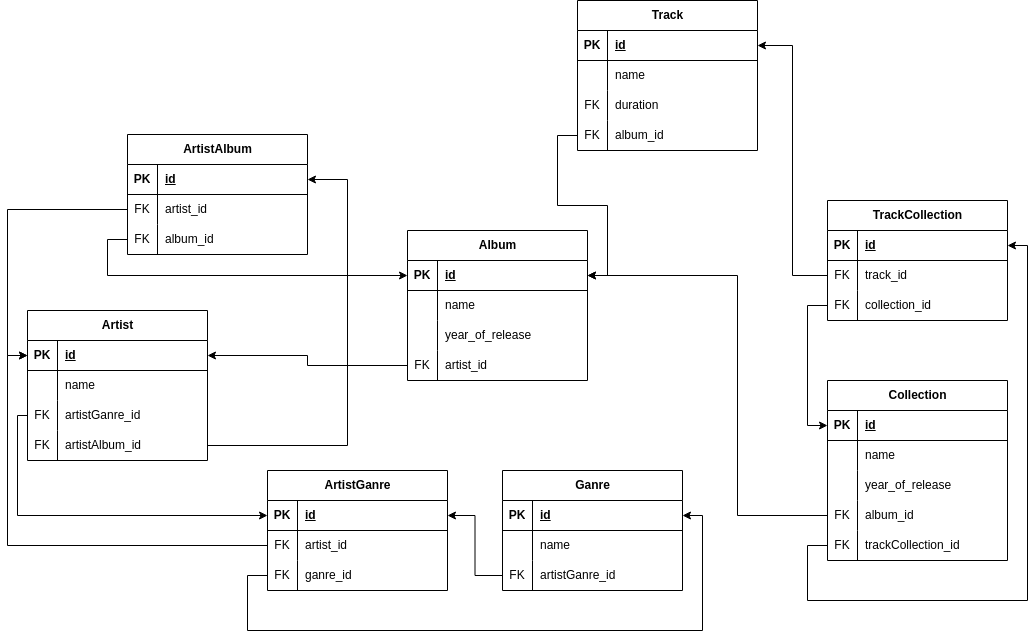
Before: sql.png, a diagram exported from draw.io (almazov6/homework_sql). Source tidied: cells renumbered, new cells last; positions are measured from the earlier drawing's top-left corner, leaving out a move shared by most shapes.
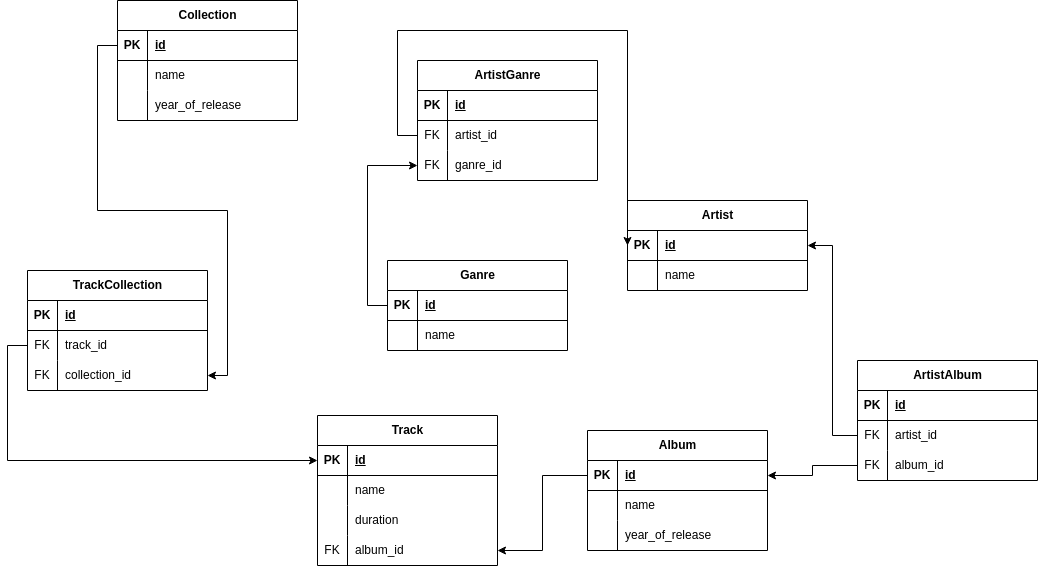
Later version of the same file.

Diff of the diagram source:
```diff
@@ -1,9 +1,9 @@
-<mxGraphModel background="#FFFFFF">
+<mxGraphModel background="#ffffff">
   <root>
     <mxCell id="0" />
     <mxCell id="1" parent="0" />
     <mxCell id="2" value="Artist" style="shape=table;startSize=30;rowLines=0;fontStyle=1;align=center;html=1;" parent="1" vertex="1">
-      <mxGeometry x="10" y="310" width="180" height="150" as="geometry" />
+      <mxGeometry x="650" y="70" width="180" height="90" as="geometry" />
     </mxCell>
     <mxCell id="3" style="shape=tableRow;horizontal=0;startSize=0;swimlaneHead=0;swimlaneBody=0;fillColor=none;points=[[0,0.5],[1,0.5]];portConstraint=eastwest;top=0;left=0;right=0;bottom=1;" parent="2" vertex="1">
       <mxGeometry y="30" width="180" height="30" as="geometry" />
@@ -23,26 +23,8 @@
     <mxCell id="8" value="name" style="shape=partialRectangle;fillColor=none;top=0;left=0;bottom=0;right=0;align=left;spacingLeft=6;overflow=hidden;whiteSpace=wrap;html=1;" parent="6" vertex="1">
       <mxGeometry x="30" width="150" height="30" as="geometry" />
     </mxCell>
-    <mxCell id="9" style="shape=tableRow;horizontal=0;startSize=0;swimlaneHead=0;swimlaneBody=0;fillColor=none;points=[[0,0.5],[1,0.5]];portConstraint=eastwest;top=0;left=0;right=0;bottom=0;" parent="2" vertex="1">
-      <mxGeometry y="90" width="180" height="30" as="geometry" />
-    </mxCell>
-    <mxCell id="10" value="FK" style="shape=partialRectangle;fillColor=none;top=0;left=0;bottom=0;right=0;overflow=hidden;whiteSpace=wrap;html=1;" parent="9" vertex="1">
-      <mxGeometry width="30" height="30" as="geometry" />
-    </mxCell>
-    <mxCell id="11" value="artistGanre_id" style="shape=partialRectangle;fillColor=none;top=0;left=0;bottom=0;right=0;align=left;spacingLeft=6;overflow=hidden;whiteSpace=wrap;html=1;" parent="9" vertex="1">
-      <mxGeometry x="30" width="150" height="30" as="geometry" />
-    </mxCell>
-    <mxCell id="12" style="shape=tableRow;horizontal=0;startSize=0;swimlaneHead=0;swimlaneBody=0;fillColor=none;points=[[0,0.5],[1,0.5]];portConstraint=eastwest;top=0;left=0;right=0;bottom=0;" parent="2" vertex="1">
-      <mxGeometry y="120" width="180" height="30" as="geometry" />
-    </mxCell>
-    <mxCell id="13" value="FK" style="shape=partialRectangle;fillColor=none;top=0;left=0;bottom=0;right=0;overflow=hidden;whiteSpace=wrap;html=1;" parent="12" vertex="1">
-      <mxGeometry width="30" height="30" as="geometry" />
-    </mxCell>
-    <mxCell id="14" value="artistAlbum_id" style="shape=partialRectangle;fillColor=none;top=0;left=0;bottom=0;right=0;align=left;spacingLeft=6;overflow=hidden;whiteSpace=wrap;html=1;" parent="12" vertex="1">
-      <mxGeometry x="30" width="150" height="30" as="geometry" />
-    </mxCell>
     <mxCell id="15" value="Ganre" style="shape=table;startSize=30;rowLines=0;fontStyle=1;align=center;html=1;" parent="1" vertex="1">
-      <mxGeometry x="485" y="470" width="180" height="120" as="geometry" />
+      <mxGeometry x="410" y="130" width="180" height="90" as="geometry" />
     </mxCell>
     <mxCell id="16" style="shape=tableRow;horizontal=0;startSize=0;swimlaneHead=0;swimlaneBody=0;fillColor=none;points=[[0,0.5],[1,0.5]];portConstraint=eastwest;top=0;left=0;right=0;bottom=1;" parent="15" vertex="1">
       <mxGeometry y="30" width="180" height="30" as="geometry" />
@@ -62,17 +44,8 @@
     <mxCell id="21" value="name" style="shape=partialRectangle;fillColor=none;top=0;left=0;bottom=0;right=0;align=left;spacingLeft=6;overflow=hidden;whiteSpace=wrap;html=1;" parent="19" vertex="1">
       <mxGeometry x="30" width="150" height="30" as="geometry" />
     </mxCell>
-    <mxCell id="22" style="shape=tableRow;horizontal=0;startSize=0;swimlaneHead=0;swimlaneBody=0;fillColor=none;points=[[0,0.5],[1,0.5]];portConstraint=eastwest;top=0;left=0;right=0;bottom=0;" parent="15" vertex="1">
-      <mxGeometry y="90" width="180" height="30" as="geometry" />
-    </mxCell>
-    <mxCell id="23" value="FK" style="shape=partialRectangle;fillColor=none;top=0;left=0;bottom=0;right=0;overflow=hidden;whiteSpace=wrap;html=1;" parent="22" vertex="1">
-      <mxGeometry width="30" height="30" as="geometry" />
-    </mxCell>
-    <mxCell id="24" value="artistGanre_id" style="shape=partialRectangle;fillColor=none;top=0;left=0;bottom=0;right=0;align=left;spacingLeft=6;overflow=hidden;whiteSpace=wrap;html=1;" parent="22" vertex="1">
-      <mxGeometry x="30" width="150" height="30" as="geometry" />
-    </mxCell>
     <mxCell id="25" value="Album" style="shape=table;startSize=30;rowLines=0;fontStyle=1;align=center;html=1;" parent="1" vertex="1">
-      <mxGeometry x="390" y="230" width="180" height="150" as="geometry" />
+      <mxGeometry x="610" y="300" width="180" height="120" as="geometry" />
     </mxCell>
     <mxCell id="26" style="shape=tableRow;horizontal=0;startSize=0;swimlaneHead=0;swimlaneBody=0;fillColor=none;points=[[0,0.5],[1,0.5]];portConstraint=eastwest;top=0;left=0;right=0;bottom=1;" parent="25" vertex="1">
       <mxGeometry y="30" width="180" height="30" as="geometry" />
@@ -101,17 +74,8 @@
     <mxCell id="34" value="year_of_release" style="shape=partialRectangle;fillColor=none;top=0;left=0;bottom=0;right=0;align=left;spacingLeft=6;overflow=hidden;whiteSpace=wrap;html=1;" parent="32" vertex="1">
       <mxGeometry x="30" width="150" height="30" as="geometry" />
     </mxCell>
-    <mxCell id="35" style="shape=tableRow;horizontal=0;startSize=0;swimlaneHead=0;swimlaneBody=0;fillColor=none;points=[[0,0.5],[1,0.5]];portConstraint=eastwest;top=0;left=0;right=0;bottom=0;" parent="25" vertex="1">
-      <mxGeometry y="120" width="180" height="30" as="geometry" />
-    </mxCell>
-    <mxCell id="36" value="FK" style="shape=partialRectangle;fillColor=none;top=0;left=0;bottom=0;right=0;overflow=hidden;whiteSpace=wrap;html=1;" parent="35" vertex="1">
-      <mxGeometry width="30" height="30" as="geometry" />
-    </mxCell>
-    <mxCell id="37" value="artist_id" style="shape=partialRectangle;fillColor=none;top=0;left=0;bottom=0;right=0;align=left;spacingLeft=6;overflow=hidden;whiteSpace=wrap;html=1;" parent="35" vertex="1">
-      <mxGeometry x="30" width="150" height="30" as="geometry" />
-    </mxCell>
     <mxCell id="38" value="Collection" style="shape=table;startSize=30;rowLines=0;fontStyle=1;align=center;html=1;" parent="1" vertex="1">
-      <mxGeometry x="810" y="380" width="180" height="180" as="geometry" />
+      <mxGeometry x="140" y="-130" width="180" height="120" as="geometry" />
     </mxCell>
     <mxCell id="39" style="shape=tableRow;horizontal=0;startSize=0;swimlaneHead=0;swimlaneBody=0;fillColor=none;points=[[0,0.5],[1,0.5]];portConstraint=eastwest;top=0;left=0;right=0;bottom=1;" parent="38" vertex="1">
       <mxGeometry y="30" width="180" height="30" as="geometry" />
@@ -140,26 +104,8 @@
     <mxCell id="47" value="year_of_release" style="shape=partialRectangle;fillColor=none;top=0;left=0;bottom=0;right=0;align=left;spacingLeft=6;overflow=hidden;whiteSpace=wrap;html=1;" parent="45" vertex="1">
       <mxGeometry x="30" width="150" height="30" as="geometry" />
     </mxCell>
-    <mxCell id="48" style="shape=tableRow;horizontal=0;startSize=0;swimlaneHead=0;swimlaneBody=0;fillColor=none;points=[[0,0.5],[1,0.5]];portConstraint=eastwest;top=0;left=0;right=0;bottom=0;" parent="38" vertex="1">
-      <mxGeometry y="120" width="180" height="30" as="geometry" />
-    </mxCell>
-    <mxCell id="49" value="FK" style="shape=partialRectangle;fillColor=none;top=0;left=0;bottom=0;right=0;overflow=hidden;whiteSpace=wrap;html=1;" parent="48" vertex="1">
-      <mxGeometry width="30" height="30" as="geometry" />
-    </mxCell>
-    <mxCell id="50" value="album_id" style="shape=partialRectangle;fillColor=none;top=0;left=0;bottom=0;right=0;align=left;spacingLeft=6;overflow=hidden;whiteSpace=wrap;html=1;" parent="48" vertex="1">
-      <mxGeometry x="30" width="150" height="30" as="geometry" />
-    </mxCell>
-    <mxCell id="51" style="shape=tableRow;horizontal=0;startSize=0;swimlaneHead=0;swimlaneBody=0;fillColor=none;points=[[0,0.5],[1,0.5]];portConstraint=eastwest;top=0;left=0;right=0;bottom=0;" parent="38" vertex="1">
-      <mxGeometry y="150" width="180" height="30" as="geometry" />
-    </mxCell>
-    <mxCell id="52" value="FK" style="shape=partialRectangle;fillColor=none;top=0;left=0;bottom=0;right=0;overflow=hidden;whiteSpace=wrap;html=1;" parent="51" vertex="1">
-      <mxGeometry width="30" height="30" as="geometry" />
-    </mxCell>
-    <mxCell id="53" value="trackCollection_id" style="shape=partialRectangle;fillColor=none;top=0;left=0;bottom=0;right=0;align=left;spacingLeft=6;overflow=hidden;whiteSpace=wrap;html=1;" parent="51" vertex="1">
-      <mxGeometry x="30" width="150" height="30" as="geometry" />
-    </mxCell>
     <mxCell id="54" value="Track" style="shape=table;startSize=30;rowLines=0;fontStyle=1;align=center;html=1;" parent="1" vertex="1">
-      <mxGeometry x="560" width="180" height="150" as="geometry" />
+      <mxGeometry x="340" y="285" width="180" height="150" as="geometry" />
     </mxCell>
     <mxCell id="55" style="shape=tableRow;horizontal=0;startSize=0;swimlaneHead=0;swimlaneBody=0;fillColor=none;points=[[0,0.5],[1,0.5]];portConstraint=eastwest;top=0;left=0;right=0;bottom=1;" parent="54" vertex="1">
       <mxGeometry y="30" width="180" height="30" as="geometry" />
@@ -182,7 +128,7 @@
     <mxCell id="61" style="shape=tableRow;horizontal=0;startSize=0;swimlaneHead=0;swimlaneBody=0;fillColor=none;top=0;left=0;right=0;bottom=0;" parent="54" vertex="1">
       <mxGeometry y="90" width="180" height="30" as="geometry" />
     </mxCell>
-    <mxCell id="62" value="FK" style="shape=partialRectangle;fillColor=none;top=0;left=0;bottom=0;right=0;overflow=hidden;whiteSpace=wrap;html=1;" parent="61" vertex="1">
+    <mxCell id="62" style="shape=partialRectangle;fillColor=none;top=0;left=0;bottom=0;right=0;overflow=hidden;whiteSpace=wrap;html=1;" parent="61" vertex="1">
       <mxGeometry width="30" height="30" as="geometry" />
     </mxCell>
     <mxCell id="63" value="duration" style="shape=partialRectangle;fillColor=none;top=0;left=0;bottom=0;right=0;align=left;spacingLeft=6;overflow=hidden;whiteSpace=wrap;html=1;" parent="61" vertex="1">
@@ -198,7 +144,7 @@
       <mxGeometry x="30" width="150" height="30" as="geometry" />
     </mxCell>
     <mxCell id="67" value="ArtistGanre" style="shape=table;startSize=30;rowLines=0;fontStyle=1;align=center;html=1;" parent="1" vertex="1">
-      <mxGeometry x="250" y="470" width="180" height="120" as="geometry" />
+      <mxGeometry x="440" y="-70" width="180" height="120" as="geometry" />
     </mxCell>
     <mxCell id="68" style="shape=tableRow;horizontal=0;startSize=0;swimlaneHead=0;swimlaneBody=0;fillColor=none;points=[[0,0.5],[1,0.5]];portConstraint=eastwest;top=0;left=0;right=0;bottom=1;" parent="67" vertex="1">
       <mxGeometry y="30" width="180" height="30" as="geometry" />
@@ -228,7 +174,7 @@
       <mxGeometry x="30" width="150" height="30" as="geometry" />
     </mxCell>
     <mxCell id="77" value="ArtistAlbum" style="shape=table;startSize=30;rowLines=0;fontStyle=1;align=center;html=1;" parent="1" vertex="1">
-      <mxGeometry x="110" y="134" width="180" height="120" as="geometry" />
+      <mxGeometry x="880" y="230" width="180" height="120" as="geometry" />
     </mxCell>
     <mxCell id="78" style="shape=tableRow;horizontal=0;startSize=0;swimlaneHead=0;swimlaneBody=0;fillColor=none;points=[[0,0.5],[1,0.5]];portConstraint=eastwest;top=0;left=0;right=0;bottom=1;" parent="77" vertex="1">
       <mxGeometry y="30" width="180" height="30" as="geometry" />
@@ -258,7 +204,7 @@
       <mxGeometry x="30" width="150" height="30" as="geometry" />
     </mxCell>
     <mxCell id="87" value="TrackCollection" style="shape=table;startSize=30;rowLines=0;fontStyle=1;align=center;html=1;" parent="1" vertex="1">
-      <mxGeometry x="810" y="200" width="180" height="120" as="geometry" />
+      <mxGeometry x="50" y="140" width="180" height="120" as="geometry" />
     </mxCell>
     <mxCell id="88" style="shape=tableRow;horizontal=0;startSize=0;swimlaneHead=0;swimlaneBody=0;fillColor=none;points=[[0,0.5],[1,0.5]];portConstraint=eastwest;top=0;left=0;right=0;bottom=1;" parent="87" vertex="1">
       <mxGeometry y="30" width="180" height="30" as="geometry" />
@@ -287,73 +233,32 @@
     <mxCell id="96" value="collection_id" style="shape=partialRectangle;fillColor=none;top=0;left=0;bottom=0;right=0;align=left;spacingLeft=6;overflow=hidden;whiteSpace=wrap;html=1;" parent="94" vertex="1">
       <mxGeometry x="30" width="150" height="30" as="geometry" />
     </mxCell>
-    <mxCell id="97" style="edgeStyle=orthogonalEdgeStyle;rounded=0;jettySize=auto;html=1;exitX=0;exitY=0.5;exitDx=0;exitDy=0;" parent="1" edge="1" source="51" target="88">
-      <mxGeometry relative="1" as="geometry">
-        <Array as="points">
-          <mxPoint x="790" y="545" />
-          <mxPoint x="790" y="600" />
-          <mxPoint x="1010" y="600" />
-          <mxPoint x="1010" y="245" />
-        </Array>
-      </mxGeometry>
-    </mxCell>
-    <mxCell id="98" style="edgeStyle=orthogonalEdgeStyle;rounded=0;jettySize=auto;html=1;exitX=0;exitY=0.5;exitDx=0;exitDy=0;entryX=0;entryY=0.5;entryDx=0;entryDy=0;" parent="1" edge="1" source="94" target="39">
-      <mxGeometry relative="1" as="geometry" />
-    </mxCell>
+    <mxCell id="110" style="edgeStyle=orthogonalEdgeStyle;rounded=0;jettySize=auto;html=1;exitX=0;exitY=0.5;exitDx=0;exitDy=0;entryX=0;entryY=0.5;entryDx=0;entryDy=0;" parent="1" edge="1" source="16" target="74">
+      <mxGeometry relative="1" as="geometry" />
+    </mxCell>
+    <mxCell id="102" style="edgeStyle=orthogonalEdgeStyle;rounded=0;jettySize=auto;html=1;exitX=0;exitY=0.5;exitDx=0;exitDy=0;entryX=0;entryY=0.5;entryDx=0;entryDy=0;" parent="1" edge="1" source="71" target="3">
+      <mxGeometry relative="1" as="geometry">
+        <Array as="points">
+          <mxPoint x="420" y="5" />
+          <mxPoint x="420" y="-100" />
+          <mxPoint x="650" y="-100" />
+        </Array>
+      </mxGeometry>
+    </mxCell>
-    <mxCell id="99" style="edgeStyle=orthogonalEdgeStyle;rounded=0;jettySize=auto;html=1;exitX=0;exitY=0.5;exitDx=0;exitDy=0;entryX=1;entryY=0.5;entryDx=0;entryDy=0;" parent="1" edge="1" source="91" target="55">
+    <mxCell id="99" style="edgeStyle=orthogonalEdgeStyle;rounded=0;jettySize=auto;html=1;exitX=0;exitY=0.5;exitDx=0;exitDy=0;entryX=0;entryY=0.5;entryDx=0;entryDy=0;" parent="1" edge="1" source="91" target="55">
       <mxGeometry relative="1" as="geometry" />
     </mxCell>
-    <mxCell id="100" style="edgeStyle=orthogonalEdgeStyle;rounded=0;jettySize=auto;html=1;exitX=0;exitY=0.5;exitDx=0;exitDy=0;entryX=1;entryY=0.5;entryDx=0;entryDy=0;" parent="1" edge="1" source="22" target="68">
-      <mxGeometry relative="1" as="geometry" />
-    </mxCell>
-    <mxCell id="101" style="edgeStyle=orthogonalEdgeStyle;rounded=0;jettySize=auto;html=1;exitX=0;exitY=0.5;exitDx=0;exitDy=0;entryX=1;entryY=0.5;entryDx=0;entryDy=0;" parent="1" edge="1" source="74" target="16">
-      <mxGeometry relative="1" as="geometry">
-        <Array as="points">
-          <mxPoint x="230" y="575" />
-          <mxPoint x="230" y="630" />
-          <mxPoint x="685" y="630" />
-          <mxPoint x="685" y="515" />
-        </Array>
-      </mxGeometry>
-    </mxCell>
-    <mxCell id="102" style="edgeStyle=orthogonalEdgeStyle;rounded=0;jettySize=auto;html=1;exitX=0;exitY=0.5;exitDx=0;exitDy=0;entryX=0;entryY=0.5;entryDx=0;entryDy=0;" parent="1" edge="1" source="71" target="3">
-      <mxGeometry relative="1" as="geometry" />
-    </mxCell>
+    <mxCell id="111" style="edgeStyle=orthogonalEdgeStyle;rounded=0;jettySize=auto;html=1;exitX=0;exitY=0.5;exitDx=0;exitDy=0;entryX=1;entryY=0.5;entryDx=0;entryDy=0;" parent="1" edge="1" source="39" target="94">
+      <mxGeometry relative="1" as="geometry" />
+    </mxCell>
-    <mxCell id="103" style="edgeStyle=orthogonalEdgeStyle;rounded=0;jettySize=auto;html=1;exitX=0;exitY=0.5;exitDx=0;exitDy=0;entryX=0;entryY=0.5;entryDx=0;entryDy=0;" parent="1" edge="1" source="81" target="3">
+    <mxCell id="103" style="edgeStyle=orthogonalEdgeStyle;rounded=0;jettySize=auto;html=1;exitX=0;exitY=0.5;exitDx=0;exitDy=0;entryX=1;entryY=0.5;entryDx=0;entryDy=0;" parent="1" edge="1" source="81" target="3">
       <mxGeometry relative="1" as="geometry" />
     </mxCell>
-    <mxCell id="104" style="edgeStyle=orthogonalEdgeStyle;rounded=0;jettySize=auto;html=1;exitX=0;exitY=0.5;exitDx=0;exitDy=0;entryX=0;entryY=0.5;entryDx=0;entryDy=0;" parent="1" edge="1" source="84" target="26">
+    <mxCell id="104" style="edgeStyle=orthogonalEdgeStyle;rounded=0;jettySize=auto;html=1;exitX=0;exitY=0.5;exitDx=0;exitDy=0;entryX=1;entryY=0.5;entryDx=0;entryDy=0;" parent="1" edge="1" source="84" target="26">
       <mxGeometry relative="1" as="geometry" />
     </mxCell>
-    <mxCell id="105" style="edgeStyle=orthogonalEdgeStyle;rounded=0;jettySize=auto;html=1;exitX=0;exitY=0.5;exitDx=0;exitDy=0;entryX=1;entryY=0.5;entryDx=0;entryDy=0;" parent="1" edge="1" source="64" target="26">
-      <mxGeometry relative="1" as="geometry" />
-    </mxCell>
-    <mxCell id="106" style="edgeStyle=orthogonalEdgeStyle;rounded=0;jettySize=auto;html=1;exitX=0;exitY=0.5;exitDx=0;exitDy=0;entryX=1;entryY=0.5;entryDx=0;entryDy=0;" parent="1" edge="1" source="48" target="26">
-      <mxGeometry relative="1" as="geometry">
-        <Array as="points">
-          <mxPoint x="720" y="515" />
-          <mxPoint x="720" y="275" />
-        </Array>
-      </mxGeometry>
-    </mxCell>
-    <mxCell id="107" style="edgeStyle=orthogonalEdgeStyle;rounded=0;jettySize=auto;html=1;exitX=0;exitY=0.5;exitDx=0;exitDy=0;entryX=0;entryY=0.5;entryDx=0;entryDy=0;" parent="1" edge="1" source="9" target="68">
-      <mxGeometry relative="1" as="geometry">
-        <Array as="points">
-          <mxPoint y="415" />
-          <mxPoint y="515" />
-        </Array>
-      </mxGeometry>
-    </mxCell>
-    <mxCell id="108" style="edgeStyle=orthogonalEdgeStyle;rounded=0;jettySize=auto;html=1;exitX=1;exitY=0.5;exitDx=0;exitDy=0;entryX=1;entryY=0.5;entryDx=0;entryDy=0;" parent="1" edge="1" source="12" target="78">
-      <mxGeometry relative="1" as="geometry">
-        <Array as="points">
-          <mxPoint x="330" y="445" />
-          <mxPoint x="330" y="179" />
-        </Array>
-      </mxGeometry>
-    </mxCell>
-    <mxCell id="109" style="edgeStyle=orthogonalEdgeStyle;rounded=0;jettySize=auto;html=1;exitX=0;exitY=0.5;exitDx=0;exitDy=0;" parent="1" edge="1" source="35" target="3">
-      <mxGeometry relative="1" as="geometry" />
-    </mxCell>
+    <mxCell id="112" style="edgeStyle=orthogonalEdgeStyle;rounded=0;jettySize=auto;html=1;exitX=0;exitY=0.5;exitDx=0;exitDy=0;entryX=1;entryY=0.5;entryDx=0;entryDy=0;" parent="1" edge="1" source="26" target="64">
+      <mxGeometry relative="1" as="geometry" />
+    </mxCell>
   </root>
 </mxGraphModel>
```
